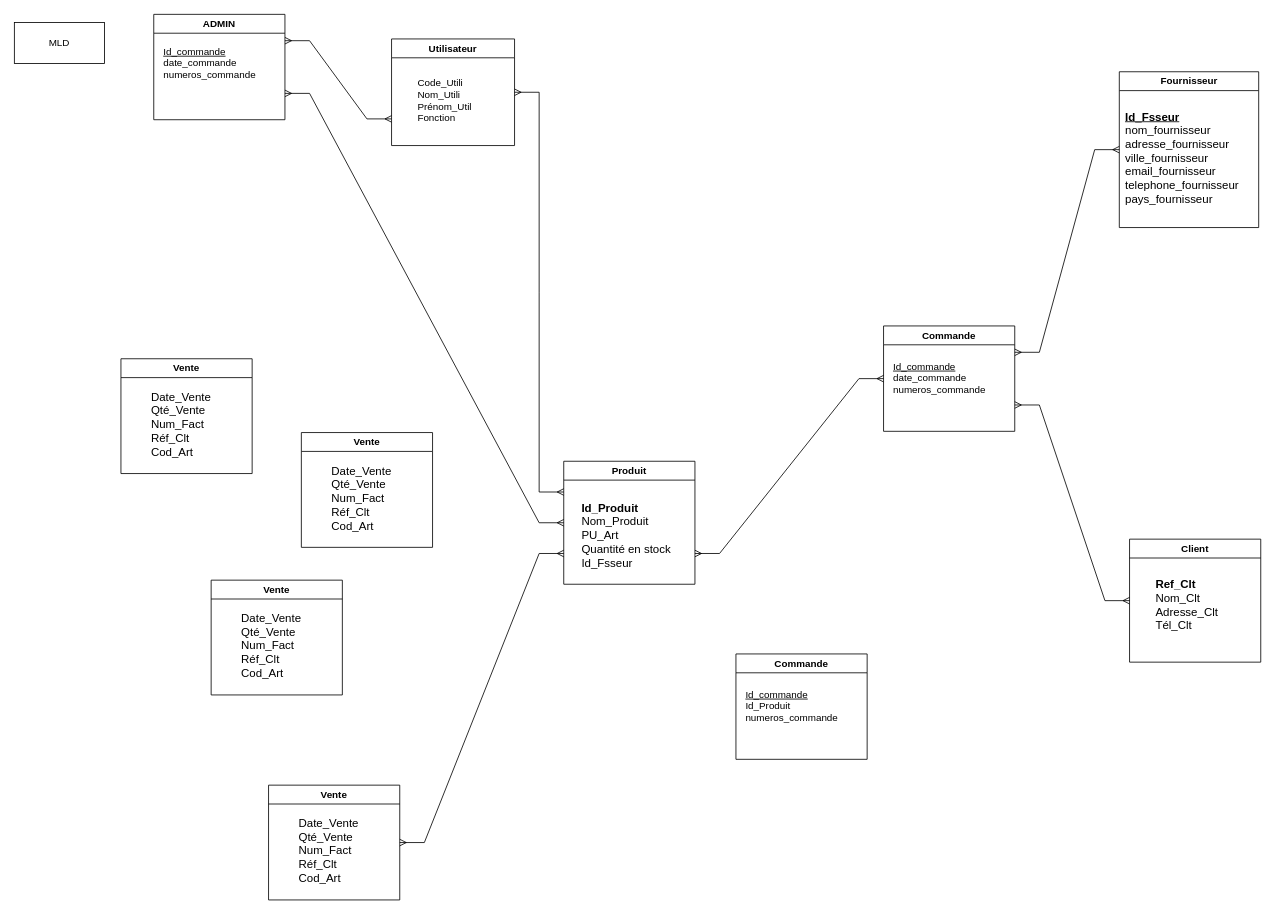
Above: page "MLD" (2 of 3) of G.Stock.drawio in rachellusamba/CO-G.Stock (draw.io), before the change. Source tidied: cells renumbered, new cells numbered last; positions are measured from the earlier drawing's top-left corner, leaving out a move shared by most shapes. Both pictures are drawn from the tidied source at 82%, with x=0, y=0 at pixel (14, 14).
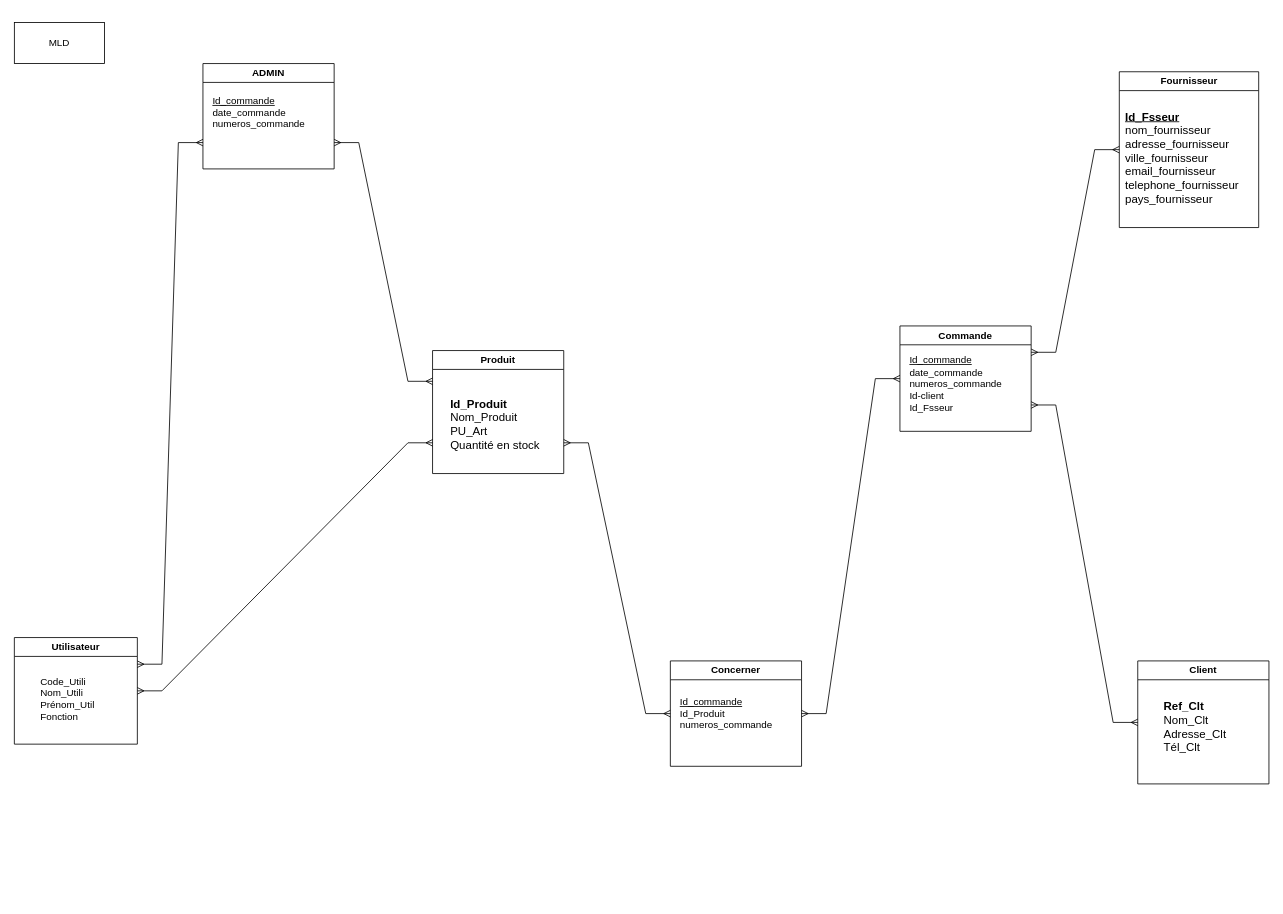
After the change.

Diff of the diagram source:
```diff
@@
     <mxCell id="4" value="Client" style="swimlane;whiteSpace=wrap;html=1;" parent="1" vertex="1">
-      <mxGeometry x="1360" y="640" width="160" height="150" as="geometry" />
+      <mxGeometry x="1370" y="788.5" width="160" height="150" as="geometry" />
     </mxCell>
@@
     <mxCell id="6" value="Produit" style="swimlane;whiteSpace=wrap;html=1;" parent="1" vertex="1">
-      <mxGeometry x="670" y="545" width="160" height="150" as="geometry" />
+      <mxGeometry x="510" y="410" width="160" height="150" as="geometry" />
     </mxCell>
-    <mxCell id="7" value="&lt;font style=&quot;font-size: 14px;&quot;&gt;&lt;b&gt;Id_Produit&lt;/b&gt;&lt;br&gt;Nom_Produit&lt;br&gt;PU_Art&lt;br&gt;Quantité en stock&lt;br&gt;Id_Fsseur&lt;br&gt;&lt;/font&gt;" style="text;html=1;align=left;verticalAlign=middle;strokeColor=none;fillColor=none;" parent="6" vertex="1">
-      <mxGeometry x="20" y="40" width="130" height="100" as="geometry" />
+    <mxCell id="7" value="&lt;font style=&quot;font-size: 14px;&quot;&gt;&lt;b&gt;Id_Produit&lt;/b&gt;&lt;br&gt;Nom_Produit&lt;br&gt;PU_Art&lt;br&gt;Quantité en stock&lt;br&gt;&lt;/font&gt;" style="text;html=1;align=left;verticalAlign=middle;strokeColor=none;fillColor=none;" parent="6" vertex="1">
+      <mxGeometry x="20" y="50" width="130" height="80" as="geometry" />
     </mxCell>
-    <mxCell id="8" value="Vente" style="swimlane;whiteSpace=wrap;html=1;startSize=23;" parent="1" vertex="1">
-      <mxGeometry x="130" y="420" width="160" height="140" as="geometry" />
-    </mxCell>
-    <mxCell id="9" value="&lt;font style=&quot;font-size: 14px;&quot;&gt;Date_Vente&lt;br&gt;Qté_Vente&lt;br&gt;Num_Fact&lt;br&gt;Réf_Clt&lt;br&gt;Cod_Art&lt;/font&gt;" style="text;html=1;align=left;verticalAlign=middle;strokeColor=none;fillColor=none;" parent="8" vertex="1">
-      <mxGeometry x="35" y="30" width="100" height="100" as="geometry" />
-    </mxCell>
@@
-    <mxCell id="13" style="edgeStyle=entityRelationEdgeStyle;fontSize=12;html=1;endArrow=ERmany;startArrow=ERmany;rounded=0;entryX=0;entryY=0.75;entryDx=0;entryDy=0;exitX=1;exitY=0.25;exitDx=0;exitDy=0;" parent="1" edge="1" source="24" target="22">
+    <mxCell id="13" style="edgeStyle=entityRelationEdgeStyle;fontSize=12;html=1;endArrow=ERmany;startArrow=ERmany;rounded=0;entryX=0;entryY=0.75;entryDx=0;entryDy=0;exitX=1;exitY=0.5;exitDx=0;exitDy=0;" parent="1" edge="1" source="22" target="6">
       <mxGeometry relative="1" as="geometry">
         <Array as="points">
-          <mxPoint x="660" y="325" />
+          <mxPoint x="560" y="1033" />
         </Array>
       </mxGeometry>
     </mxCell>
-    <mxCell id="14" style="edgeStyle=entityRelationEdgeStyle;fontSize=12;html=1;endArrow=ERmany;startArrow=ERmany;rounded=0;exitX=1;exitY=0.5;exitDx=0;exitDy=0;entryX=0;entryY=0.25;entryDx=0;entryDy=0;" parent="1" edge="1" source="22" target="6">
-      <mxGeometry relative="1" as="geometry">
-        <Array as="points">
-          <mxPoint x="940" y="210" />
-        </Array>
-      </mxGeometry>
-    </mxCell>
@@
-    <mxCell id="16" value="Vente" style="swimlane;whiteSpace=wrap;html=1;startSize=23;" parent="1" vertex="1">
-      <mxGeometry x="240" y="690" width="160" height="140" as="geometry" />
-    </mxCell>
-    <mxCell id="17" value="&lt;font style=&quot;font-size: 14px;&quot;&gt;Date_Vente&lt;br&gt;Qté_Vente&lt;br&gt;Num_Fact&lt;br&gt;Réf_Clt&lt;br&gt;Cod_Art&lt;/font&gt;" style="text;html=1;align=left;verticalAlign=middle;strokeColor=none;fillColor=none;" parent="16" vertex="1">
-      <mxGeometry x="35" y="30" width="100" height="100" as="geometry" />
-    </mxCell>
-    <mxCell id="18" value="Vente" style="swimlane;whiteSpace=wrap;html=1;startSize=23;" parent="1" vertex="1">
-      <mxGeometry x="350" y="510" width="160" height="140" as="geometry" />
-    </mxCell>
-    <mxCell id="19" value="&lt;font style=&quot;font-size: 14px;&quot;&gt;Date_Vente&lt;br&gt;Qté_Vente&lt;br&gt;Num_Fact&lt;br&gt;Réf_Clt&lt;br&gt;Cod_Art&lt;/font&gt;" style="text;html=1;align=left;verticalAlign=middle;strokeColor=none;fillColor=none;" parent="18" vertex="1">
-      <mxGeometry x="35" y="30" width="100" height="100" as="geometry" />
-    </mxCell>
-    <mxCell id="20" value="Vente" style="swimlane;whiteSpace=wrap;html=1;startSize=23;" parent="1" vertex="1">
-      <mxGeometry x="310" y="940" width="160" height="140" as="geometry" />
-    </mxCell>
-    <mxCell id="21" value="&lt;font style=&quot;font-size: 14px;&quot;&gt;Date_Vente&lt;br&gt;Qté_Vente&lt;br&gt;Num_Fact&lt;br&gt;Réf_Clt&lt;br&gt;Cod_Art&lt;/font&gt;" style="text;html=1;align=left;verticalAlign=middle;strokeColor=none;fillColor=none;" parent="20" vertex="1">
-      <mxGeometry x="35" y="30" width="100" height="100" as="geometry" />
-    </mxCell>
     <mxCell id="22" value="Utilisateur" style="swimlane;whiteSpace=wrap;html=1;" parent="1" vertex="1">
-      <mxGeometry x="460" y="30" width="150" height="130" as="geometry" />
+      <mxGeometry y="760" width="150" height="130" as="geometry" />
     </mxCell>
@@
     <mxCell id="24" value="ADMIN" style="swimlane;whiteSpace=wrap;html=1;" parent="1" vertex="1">
-      <mxGeometry x="170" width="160" height="128.5" as="geometry" />
+      <mxGeometry x="230" y="60" width="160" height="128.5" as="geometry" />
     </mxCell>
@@
-    <mxCell id="26" style="edgeStyle=entityRelationEdgeStyle;fontSize=12;html=1;endArrow=ERmany;startArrow=ERmany;rounded=0;entryX=0;entryY=0.5;entryDx=0;entryDy=0;exitX=1;exitY=0.75;exitDx=0;exitDy=0;" parent="1" edge="1" source="24" target="6">
-      <mxGeometry relative="1" as="geometry" />
+    <mxCell id="26" style="edgeStyle=entityRelationEdgeStyle;fontSize=12;html=1;endArrow=ERmany;startArrow=ERmany;rounded=0;entryX=0;entryY=0.25;entryDx=0;entryDy=0;exitX=1;exitY=0.75;exitDx=0;exitDy=0;" parent="1" edge="1" source="24" target="6">
+      <mxGeometry relative="1" as="geometry">
+        <Array as="points">
+          <mxPoint x="374" y="500" />
+        </Array>
+      </mxGeometry>
     </mxCell>
     <mxCell id="27" value="Commande" style="swimlane;whiteSpace=wrap;html=1;" parent="1" vertex="1">
-      <mxGeometry x="1060" y="380" width="160" height="128.5" as="geometry" />
+      <mxGeometry x="1080" y="380" width="160" height="128.5" as="geometry" />
     </mxCell>
-    <mxCell id="28" value="&lt;div align=&quot;left&quot;&gt;&lt;u&gt;Id_commande&lt;/u&gt;&lt;br&gt;date_commande&lt;br&gt;numeros_commande&lt;br&gt;&lt;br&gt;&lt;/div&gt;&lt;div align=&quot;left&quot;&gt;&lt;br&gt;&lt;/div&gt;" style="text;html=1;align=left;verticalAlign=middle;strokeColor=none;fillColor=none;" parent="27" vertex="1">
-      <mxGeometry x="10" y="33" width="140" height="90" as="geometry" />
+    <mxCell id="28" value="&lt;div align=&quot;left&quot;&gt;&lt;u&gt;Id_commande&lt;/u&gt;&lt;br&gt;date_commande&lt;br&gt;numeros_commande&lt;/div&gt;&lt;div align=&quot;left&quot;&gt;Id-client&lt;/div&gt;&lt;div align=&quot;left&quot;&gt;Id_Fsseur&lt;br&gt;&lt;/div&gt;&lt;div align=&quot;left&quot;&gt;&lt;br&gt;&lt;/div&gt;" style="text;html=1;align=left;verticalAlign=middle;strokeColor=none;fillColor=none;" parent="27" vertex="1">
+      <mxGeometry x="10" y="28" width="140" height="100" as="geometry" />
     </mxCell>
-    <mxCell id="29" style="edgeStyle=entityRelationEdgeStyle;fontSize=12;html=1;endArrow=ERmany;startArrow=ERmany;rounded=0;exitX=1;exitY=0.75;exitDx=0;exitDy=0;entryX=0;entryY=0.5;entryDx=0;entryDy=0;" parent="1" edge="1" source="6" target="27">
+    <mxCell id="29" style="edgeStyle=entityRelationEdgeStyle;fontSize=12;html=1;endArrow=ERmany;startArrow=ERmany;rounded=0;entryX=0;entryY=0.5;entryDx=0;entryDy=0;exitX=1;exitY=0.5;exitDx=0;exitDy=0;" parent="1" edge="1" source="31" target="27">
       <mxGeometry relative="1" as="geometry" />
     </mxCell>
-    <mxCell id="30" style="edgeStyle=entityRelationEdgeStyle;fontSize=12;html=1;endArrow=ERmany;startArrow=ERmany;rounded=0;exitX=1;exitY=0.5;exitDx=0;exitDy=0;entryX=0;entryY=0.75;entryDx=0;entryDy=0;" parent="1" edge="1" source="20" target="6">
-      <mxGeometry relative="1" as="geometry" />
-    </mxCell>
-    <mxCell id="31" value="Commande" style="swimlane;whiteSpace=wrap;html=1;" parent="1" vertex="1">
-      <mxGeometry x="880" y="780" width="160" height="128.5" as="geometry" />
+    <mxCell id="31" value="Concerner" style="swimlane;whiteSpace=wrap;html=1;" parent="1" vertex="1">
+      <mxGeometry x="800" y="788.5" width="160" height="128.5" as="geometry" />
     </mxCell>
@@
+    <mxCell id="33" style="edgeStyle=entityRelationEdgeStyle;fontSize=12;html=1;endArrow=ERmany;startArrow=ERmany;rounded=0;exitX=1;exitY=0.75;exitDx=0;exitDy=0;entryX=0;entryY=0.5;entryDx=0;entryDy=0;" parent="1" edge="1" source="6" target="31">
+      <mxGeometry relative="1" as="geometry">
+        <Array as="points">
+          <mxPoint x="640" y="780" />
+        </Array>
+      </mxGeometry>
+    </mxCell>
+    <mxCell id="34" style="edgeStyle=entityRelationEdgeStyle;fontSize=12;html=1;endArrow=ERmany;startArrow=ERmany;rounded=0;exitX=1;exitY=0.25;exitDx=0;exitDy=0;entryX=0;entryY=0.75;entryDx=0;entryDy=0;" parent="1" edge="1" source="22" target="24">
+      <mxGeometry relative="1" as="geometry" />
+    </mxCell>
```
